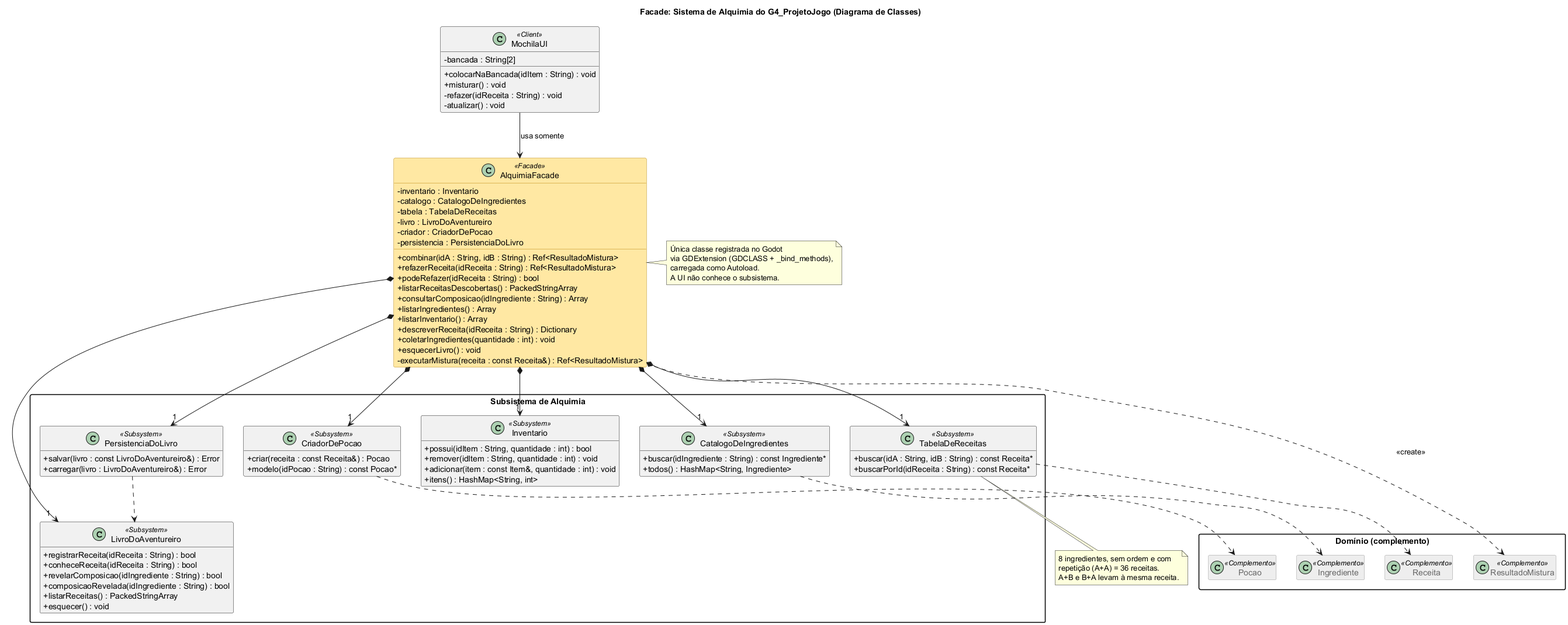
The PlantUML diagram docs/Base/Relatórios/SubEquipe_02/assets/facade_alquimia_classes.png in UnBArqDsw2026-2-Turma01/2026.2-T01-G4_ProjetoJogo_Entrega_03, before a commit.
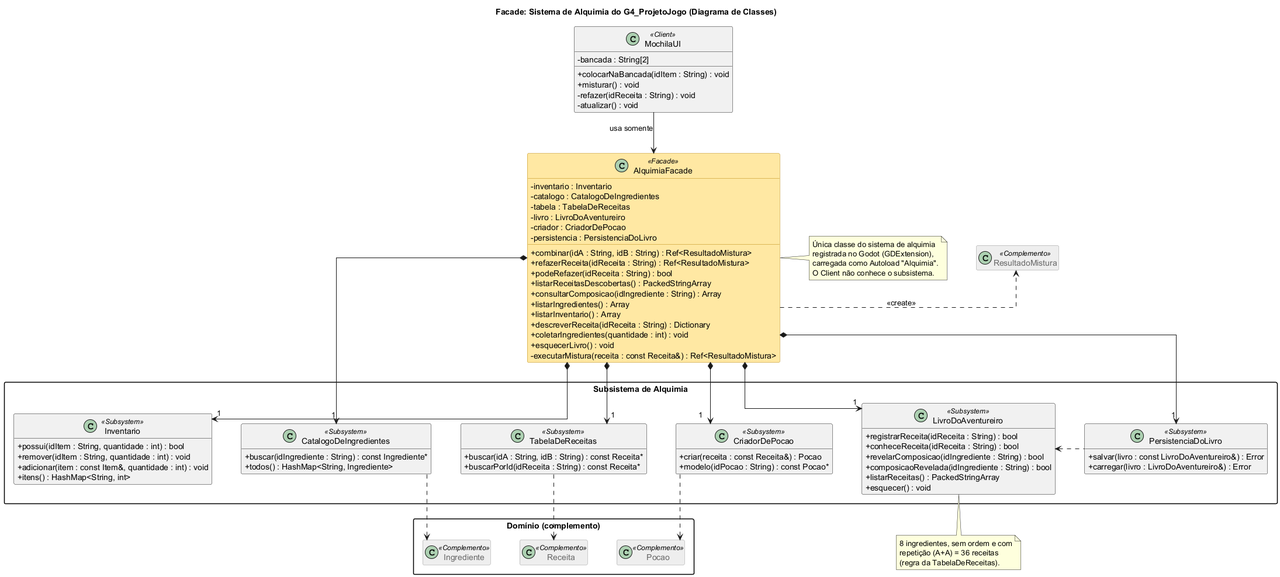
Above is the later version.

What changed in the source:
```diff
@@ -11,6 +11,9 @@
 }
 hide empty members
 hide <<Complemento>> members
+skinparam linetype ortho
+skinparam nodesep 50
+skinparam ranksep 70
 
 class MochilaUI <<Client>> {
   - bancada : String[2]
@@ -59,6 +62,11 @@
     + buscarPorId(idReceita : String) : const Receita*
   }
 
+  class CriadorDePocao <<Subsystem>> {
+    + criar(receita : const Receita&) : Pocao
+    + modelo(idPocao : String) : const Pocao*
+  }
+
   class LivroDoAventureiro <<Subsystem>> {
     + registrarReceita(idReceita : String) : bool
     + conheceReceita(idReceita : String) : bool
@@ -68,48 +76,52 @@
     + esquecer() : void
   }
 
-  class CriadorDePocao <<Subsystem>> {
-    + criar(receita : const Receita&) : Pocao
-    + modelo(idPocao : String) : const Pocao*
-  }
-
   class PersistenciaDoLivro <<Subsystem>> {
     + salvar(livro : const LivroDoAventureiro&) : Error
     + carregar(livro : LivroDoAventureiro&) : Error
   }
 }
 
+class ResultadoMistura <<Complemento>>
+
 package "Domínio (complemento)" {
-  class ResultadoMistura <<Complemento>>
   class Ingrediente <<Complemento>>
   class Receita <<Complemento>>
   class Pocao <<Complemento>>
 }
 
-MochilaUI --> AlquimiaFacade : usa somente
-AlquimiaFacade *--> "1" Inventario
-AlquimiaFacade *--> "1" CatalogoDeIngredientes
-AlquimiaFacade *--> "1" TabelaDeReceitas
-AlquimiaFacade *--> "1" LivroDoAventureiro
-AlquimiaFacade *--> "1" CriadorDePocao
-AlquimiaFacade *--> "1" PersistenciaDoLivro
-AlquimiaFacade ..> ResultadoMistura : <<create>>
+MochilaUI -down-> AlquimiaFacade : usa somente
+AlquimiaFacade .right.> ResultadoMistura : <<create>>
 
-PersistenciaDoLivro ..> LivroDoAventureiro
-CatalogoDeIngredientes ..> Ingrediente
-TabelaDeReceitas ..> Receita
-CriadorDePocao ..> Pocao
+AlquimiaFacade *-down-> "1" Inventario
+AlquimiaFacade *-down-> "1" CatalogoDeIngredientes
+AlquimiaFacade *-down-> "1" TabelaDeReceitas
+AlquimiaFacade *-down-> "1" CriadorDePocao
+AlquimiaFacade *-down-> "1" LivroDoAventureiro
+AlquimiaFacade *-down-> "1" PersistenciaDoLivro
+
+Inventario -[hidden]right- CatalogoDeIngredientes
+CatalogoDeIngredientes -[hidden]right- TabelaDeReceitas
+TabelaDeReceitas -[hidden]right- CriadorDePocao
+CriadorDePocao -[hidden]right- LivroDoAventureiro
+PersistenciaDoLivro .left.> LivroDoAventureiro
+
+CatalogoDeIngredientes .down.> Ingrediente
+TabelaDeReceitas .down.> Receita
+CriadorDePocao .down.> Pocao
+Ingrediente -[hidden]right- Receita
+Receita -[hidden]right- Pocao
 
 note right of AlquimiaFacade
-  Única classe registrada no Godot
-  via GDExtension (GDCLASS + _bind_methods),
-  carregada como Autoload.
-  A UI não conhece o subsistema.
+  Única classe do sistema de alquimia
+  registrada no Godot (GDExtension),
+  carregada como Autoload "Alquimia".
+  O Client não conhece o subsistema.
 end note
 
-note bottom of TabelaDeReceitas
+note bottom of LivroDoAventureiro
   8 ingredientes, sem ordem e com
-  repetição (A+A) = 36 receitas.
-  A+B e B+A levam à mesma receita.
+  repetição (A+A) = 36 receitas
+  (regra da TabelaDeReceitas).
 end note
 @enduml
```
